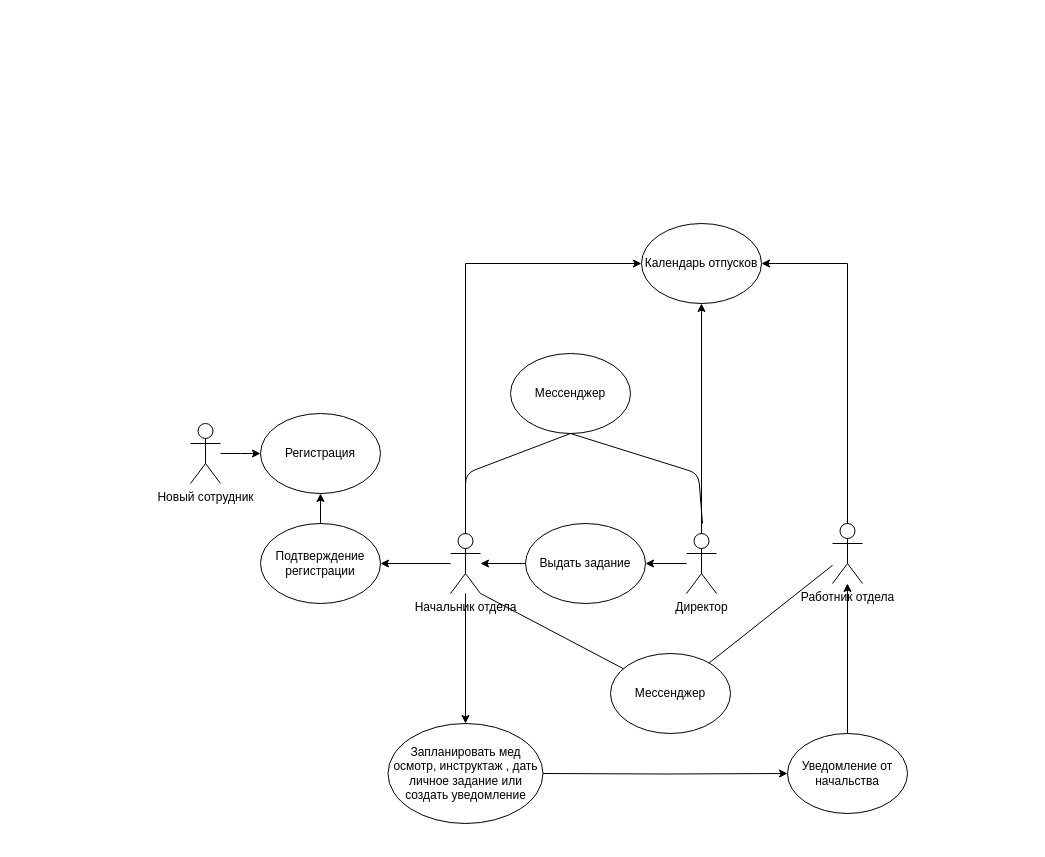
Before: CaseDiagram.drawio in grigigo/Tankists, a draw.io diagram. Source tidied: cells renumbered, new cells numbered last; positions are measured from the earlier drawing's top-left corner, leaving out a move shared by most shapes. Both pictures are drawn from the tidied source at 100%, with x=0, y=0 at pixel (190, 223).
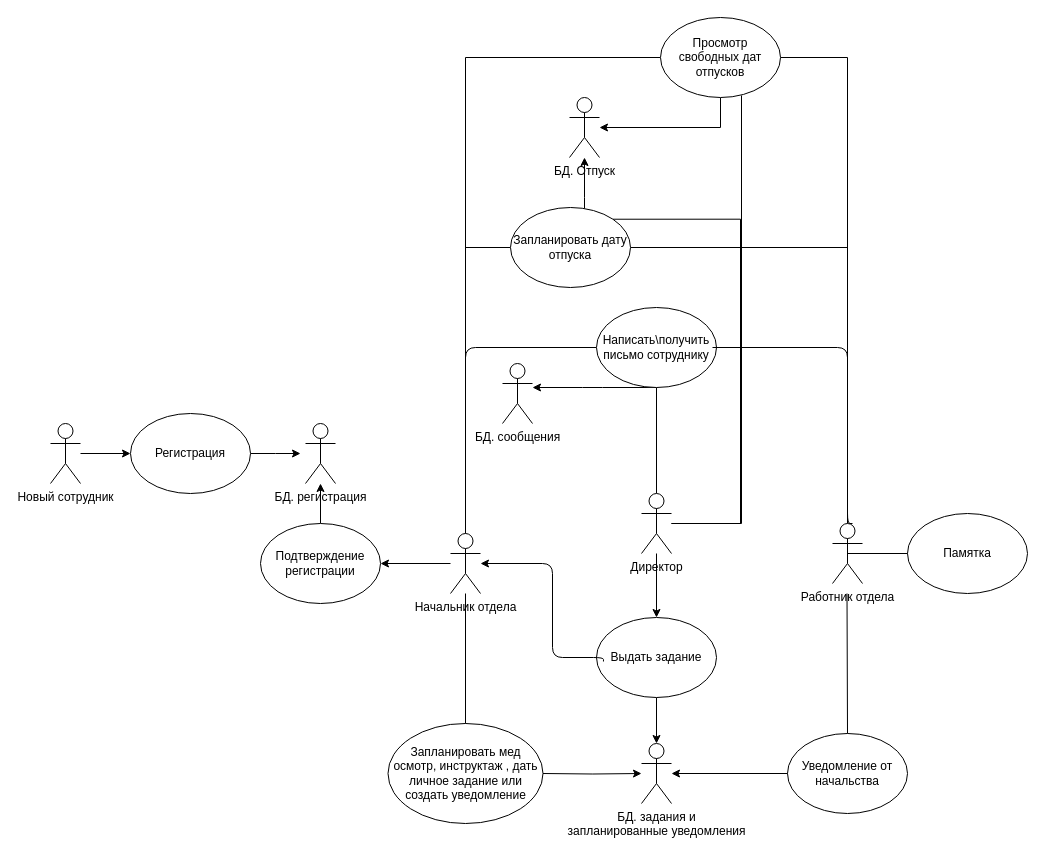
Above is the later version.

Unchanged cells that the change refers to:
```xml
<mxCell id="8" value="Начальник отдела" style="shape=umlActor;verticalLabelPosition=bottom;verticalAlign=top;html=1;outlineConnect=0;" parent="1" vertex="1">
  <mxGeometry x="260" y="310" width="30" height="60" as="geometry" />
</mxCell>
<mxCell id="13" value="Подтверждение регистрации" style="ellipse;whiteSpace=wrap;html=1;" parent="1" vertex="1">
  <mxGeometry x="70" y="300" width="120" height="80" as="geometry" />
</mxCell>
<mxCell id="18" value="Запланировать мед осмотр, инструктаж , дать личное задание или создать уведомление" style="ellipse;whiteSpace=wrap;html=1;" parent="1" vertex="1">
  <mxGeometry x="197.5" y="500" width="155" height="100" as="geometry" />
</mxCell>
<mxCell id="20" value="Уведомление от начальства" style="ellipse;whiteSpace=wrap;html=1;" parent="1" vertex="1">
  <mxGeometry x="597" y="510" width="120" height="80" as="geometry" />
</mxCell>
<mxCell id="22" value="Работник отдела" style="shape=umlActor;verticalLabelPosition=bottom;verticalAlign=top;html=1;outlineConnect=0;" parent="1" vertex="1">
  <mxGeometry x="642" y="300" width="30" height="60" as="geometry" />
</mxCell>
```

What changed in the source:
```diff
@@
-    <mxCell id="2" style="edgeStyle=orthogonalEdgeStyle;rounded=0;jettySize=auto;html=1;entryX=0.5;entryY=1;entryDx=0;entryDy=0;" parent="1" edge="1" source="4">
-      <mxGeometry relative="1" as="geometry">
-        <mxPoint x="511" y="80" as="targetPoint" />
-      </mxGeometry>
-    </mxCell>
-    <mxCell id="3" style="edgeStyle=orthogonalEdgeStyle;rounded=0;jettySize=auto;html=1;" parent="1" edge="1" source="4" target="25">
+    <mxCell id="3" style="edgeStyle=orthogonalEdgeStyle;rounded=1;jettySize=auto;html=1;entryX=0.5;entryY=0;entryDx=0;entryDy=0;strokeColor=#000000;" parent="1" edge="1" source="4" target="25">
       <mxGeometry relative="1" as="geometry" />
     </mxCell>
+    <mxCell id="29" style="edgeStyle=orthogonalEdgeStyle;jettySize=auto;html=1;entryX=0.5;entryY=1;entryDx=0;entryDy=0;strokeColor=#000000;rounded=0;endArrow=none;endFill=0;" parent="1" edge="1" source="4" target="44">
+      <mxGeometry relative="1" as="geometry" />
+    </mxCell>
+    <mxCell id="30" style="edgeStyle=orthogonalEdgeStyle;rounded=0;jettySize=auto;html=1;entryX=0.675;entryY=0.975;entryDx=0;entryDy=0;entryPerimeter=0;endArrow=none;endFill=0;strokeColor=#000000;" parent="1" edge="1" source="4" target="46">
+      <mxGeometry relative="1" as="geometry">
+        <Array as="points">
+          <mxPoint x="551" y="300" />
+        </Array>
+      </mxGeometry>
+    </mxCell>
+    <mxCell id="31" style="edgeStyle=orthogonalEdgeStyle;rounded=0;jettySize=auto;html=1;entryX=1;entryY=0;entryDx=0;entryDy=0;endArrow=none;endFill=0;strokeColor=#000000;" parent="1" edge="1" source="4" target="50">
+      <mxGeometry relative="1" as="geometry">
+        <Array as="points">
+          <mxPoint x="550" y="300" />
+          <mxPoint x="550" y="-4" />
+        </Array>
+      </mxGeometry>
+    </mxCell>
     <mxCell id="4" value="Директор" style="shape=umlActor;verticalLabelPosition=bottom;verticalAlign=top;html=1;outlineConnect=0;" parent="1" vertex="1">
-      <mxGeometry x="496" y="310" width="30" height="60" as="geometry" />
+      <mxGeometry x="451" y="270" width="30" height="60" as="geometry" />
     </mxCell>
@@
-    <mxCell id="6" style="edgeStyle=orthogonalEdgeStyle;rounded=0;jettySize=auto;html=1;entryX=0;entryY=0.5;entryDx=0;entryDy=0;" parent="1" edge="1" source="8" target="16">
-      <mxGeometry relative="1" as="geometry">
-        <Array as="points">
-          <mxPoint x="275" y="40" />
-        </Array>
-      </mxGeometry>
-    </mxCell>
-    <mxCell id="7" style="edgeStyle=orthogonalEdgeStyle;rounded=0;jettySize=auto;html=1;" parent="1" edge="1" source="8" target="18">
-      <mxGeometry relative="1" as="geometry" />
-    </mxCell>
+    <mxCell id="32" style="edgeStyle=orthogonalEdgeStyle;rounded=1;jettySize=auto;html=1;strokeColor=#000000;entryX=0;entryY=0.5;entryDx=0;entryDy=0;endArrow=none;endFill=0;" parent="1" edge="1" source="8" target="44">
+      <mxGeometry relative="1" as="geometry">
+        <Array as="points">
+          <mxPoint x="275" y="124" />
+        </Array>
+      </mxGeometry>
+    </mxCell>
+    <mxCell id="33" style="edgeStyle=orthogonalEdgeStyle;rounded=0;jettySize=auto;html=1;entryX=0;entryY=0.5;entryDx=0;entryDy=0;endArrow=none;endFill=0;strokeColor=#000000;" parent="1" edge="1" source="8" target="50">
+      <mxGeometry relative="1" as="geometry">
+        <Array as="points">
+          <mxPoint x="275" y="24" />
+        </Array>
+      </mxGeometry>
+    </mxCell>
+    <mxCell id="34" style="edgeStyle=orthogonalEdgeStyle;rounded=0;jettySize=auto;html=1;entryX=0;entryY=0.5;entryDx=0;entryDy=0;endArrow=none;endFill=0;strokeColor=#000000;" parent="1" edge="1" source="8" target="46">
+      <mxGeometry relative="1" as="geometry">
+        <Array as="points">
+          <mxPoint x="275" y="-166" />
+        </Array>
+      </mxGeometry>
+    </mxCell>
@@
-    <mxCell id="9" style="edgeStyle=orthogonalEdgeStyle;rounded=0;jettySize=auto;html=1;" parent="1" edge="1" source="10">
-      <mxGeometry relative="1" as="geometry">
-        <mxPoint x="70" y="230" as="targetPoint" />
-      </mxGeometry>
+    <mxCell id="9" style="edgeStyle=orthogonalEdgeStyle;rounded=0;jettySize=auto;html=1;entryX=0;entryY=0.5;entryDx=0;entryDy=0;" parent="1" edge="1" source="10" target="11">
+      <mxGeometry relative="1" as="geometry" />
     </mxCell>
     <mxCell id="10" value="Новый сотрудник" style="shape=umlActor;verticalLabelPosition=bottom;verticalAlign=top;html=1;outlineConnect=0;" parent="1" vertex="1">
-      <mxGeometry y="200" width="30" height="60" as="geometry" />
+      <mxGeometry x="-140" y="200" width="30" height="60" as="geometry" />
     </mxCell>
+    <mxCell id="35" style="edgeStyle=orthogonalEdgeStyle;rounded=0;jettySize=auto;html=1;" parent="1" edge="1" source="11">
+      <mxGeometry relative="1" as="geometry">
+        <mxPoint x="110" y="230" as="targetPoint" />
+      </mxGeometry>
+    </mxCell>
     <mxCell id="11" value="Регистрация" style="ellipse;whiteSpace=wrap;html=1;" parent="1" vertex="1">
-      <mxGeometry x="70" y="190" width="120" height="80" as="geometry" />
+      <mxGeometry x="-60" y="190" width="120" height="80" as="geometry" />
     </mxCell>
-    <mxCell id="12" style="edgeStyle=orthogonalEdgeStyle;rounded=0;jettySize=auto;html=1;" parent="1" edge="1" source="13" target="11">
+    <mxCell id="12" style="edgeStyle=orthogonalEdgeStyle;rounded=0;jettySize=auto;html=1;" parent="1" edge="1" source="13" target="39">
       <mxGeometry relative="1" as="geometry" />
     </mxCell>
@@
-    <mxCell id="14" value="Мессенджер" style="ellipse;whiteSpace=wrap;html=1;" parent="1" vertex="1">
-      <mxGeometry x="320" y="130" width="120" height="80" as="geometry" />
-    </mxCell>
-    <mxCell id="15" style="endArrow=none;html=1;entryX=0.5;entryY=1;entryDx=0;entryDy=0;" parent="1" edge="1" target="14">
-      <mxGeometry relative="1" as="geometry">
-        <mxPoint x="275" y="310" as="sourcePoint" />
-        <Array as="points">
-          <mxPoint x="275" y="250" />
-        </Array>
-      </mxGeometry>
-    </mxCell>
-    <mxCell id="16" value="Календарь отпусков" style="ellipse;whiteSpace=wrap;html=1;" parent="1" vertex="1">
-      <mxGeometry x="451" width="120" height="80" as="geometry" />
-    </mxCell>
-    <mxCell id="17" style="edgeStyle=orthogonalEdgeStyle;rounded=0;jettySize=auto;html=1;exitX=1;exitY=0.5;exitDx=0;exitDy=0;" parent="1" edge="1" target="20">
+    <mxCell id="17" style="edgeStyle=orthogonalEdgeStyle;rounded=0;jettySize=auto;html=1;exitX=1;exitY=0.5;exitDx=0;exitDy=0;" parent="1" edge="1" target="41">
       <mxGeometry relative="1" as="geometry">
         <mxPoint x="352.5" y="550" as="sourcePoint" />
       </mxGeometry>
     </mxCell>
@@
-    <mxCell id="19" style="edgeStyle=orthogonalEdgeStyle;rounded=0;jettySize=auto;html=1;" parent="1" edge="1" source="20" target="22">
-      <mxGeometry relative="1" as="geometry" />
-    </mxCell>
@@
-    <mxCell id="21" style="edgeStyle=orthogonalEdgeStyle;rounded=0;jettySize=auto;html=1;entryX=1;entryY=0.5;entryDx=0;entryDy=0;" parent="1" edge="1" source="22">
-      <mxGeometry relative="1" as="geometry">
-        <mxPoint x="571" y="40" as="targetPoint" />
-        <Array as="points">
-          <mxPoint x="657" y="40" />
-        </Array>
-      </mxGeometry>
-    </mxCell>
+    <mxCell id="36" style="edgeStyle=orthogonalEdgeStyle;rounded=0;jettySize=auto;html=1;entryX=1;entryY=0.5;entryDx=0;entryDy=0;endArrow=none;endFill=0;strokeColor=#000000;" parent="1" edge="1" source="22" target="46">
+      <mxGeometry relative="1" as="geometry">
+        <Array as="points">
+          <mxPoint x="657" y="-166" />
+        </Array>
+      </mxGeometry>
+    </mxCell>
+    <mxCell id="37" style="edgeStyle=orthogonalEdgeStyle;rounded=0;jettySize=auto;html=1;entryX=1;entryY=0.5;entryDx=0;entryDy=0;endArrow=none;endFill=0;strokeColor=#000000;" parent="1" edge="1" source="22" target="50">
+      <mxGeometry relative="1" as="geometry">
+        <Array as="points">
+          <mxPoint x="657" y="24" />
+        </Array>
+      </mxGeometry>
+    </mxCell>
@@
-    <mxCell id="23" style="endArrow=none;html=1;entryX=0.5;entryY=1;entryDx=0;entryDy=0;" parent="1" edge="1" target="14">
-      <mxGeometry relative="1" as="geometry">
-        <mxPoint x="512" y="300" as="sourcePoint" />
-        <Array as="points">
-          <mxPoint x="508" y="250" />
-        </Array>
-      </mxGeometry>
-    </mxCell>
+    <mxCell id="38" style="edgeStyle=orthogonalEdgeStyle;rounded=1;jettySize=auto;html=1;entryX=0.5;entryY=0;entryDx=0;entryDy=0;entryPerimeter=0;strokeColor=#000000;" parent="1" edge="1" source="25" target="41">
+      <mxGeometry relative="1" as="geometry" />
+    </mxCell>
+    <mxCell id="25" value="Выдать задание" style="ellipse;whiteSpace=wrap;html=1;" parent="1" vertex="1">
+      <mxGeometry x="406" y="394" width="120" height="80" as="geometry" />
+    </mxCell>
+    <mxCell id="39" value="БД. регистрация" style="shape=umlActor;verticalLabelPosition=bottom;verticalAlign=top;html=1;outlineConnect=0;" parent="1" vertex="1">
+      <mxGeometry x="115" y="200" width="30" height="60" as="geometry" />
+    </mxCell>
+    <mxCell id="40" style="edgeStyle=orthogonalEdgeStyle;rounded=0;jettySize=auto;html=1;exitX=0;exitY=0.5;exitDx=0;exitDy=0;" parent="1" edge="1" source="20" target="41">
+      <mxGeometry relative="1" as="geometry" />
+    </mxCell>
-    <mxCell id="24" style="edgeStyle=orthogonalEdgeStyle;rounded=0;jettySize=auto;html=1;" parent="1" edge="1" source="25" target="8">
-      <mxGeometry relative="1" as="geometry" />
+    <mxCell id="24" style="edgeStyle=orthogonalEdgeStyle;rounded=1;jettySize=auto;html=1;strokeColor=#000000;exitX=0.058;exitY=0.55;exitDx=0;exitDy=0;exitPerimeter=0;" parent="1" edge="1" source="25" target="8">
+      <mxGeometry relative="1" as="geometry">
+        <Array as="points">
+          <mxPoint x="362" y="434" />
+          <mxPoint x="362" y="340" />
+        </Array>
+      </mxGeometry>
     </mxCell>
-    <mxCell id="25" value="Выдать задание" style="ellipse;whiteSpace=wrap;html=1;" parent="1" vertex="1">
-      <mxGeometry x="335" y="300" width="120" height="80" as="geometry" />
-    </mxCell>
-    <mxCell id="26" value="Мессенджер" style="ellipse;whiteSpace=wrap;html=1;" parent="1" vertex="1">
-      <mxGeometry x="420" y="430" width="120" height="80" as="geometry" />
-    </mxCell>
-    <mxCell id="27" style="endArrow=none;html=1;" parent="1" edge="1" source="26" target="22">
-      <mxGeometry relative="1" as="geometry" />
-    </mxCell>
-    <mxCell id="28" style="endArrow=none;html=1;exitX=1;exitY=1;exitDx=0;exitDy=0;exitPerimeter=0;" parent="1" edge="1" source="8" target="26">
-      <mxGeometry relative="1" as="geometry" />
-    </mxCell>
+    <mxCell id="41" value="БД. задания и &lt;br&gt;запланированные уведомления" style="shape=umlActor;verticalLabelPosition=bottom;verticalAlign=top;html=1;outlineConnect=0;" parent="1" vertex="1">
+      <mxGeometry x="451" y="520" width="30" height="60" as="geometry" />
+    </mxCell>
+    <mxCell id="7" style="endArrow=none;html=1;strokeColor=#000000;entryX=0.5;entryY=0;entryDx=0;entryDy=0;" parent="1" edge="1" source="8" target="18">
+      <mxGeometry relative="1" as="geometry" />
+    </mxCell>
+    <mxCell id="42" style="endArrow=none;html=1;strokeColor=#000000;entryX=0.5;entryY=0;entryDx=0;entryDy=0;" parent="1" edge="1" target="20">
+      <mxGeometry relative="1" as="geometry">
+        <mxPoint x="656.5" y="370" as="sourcePoint" />
+      </mxGeometry>
+    </mxCell>
+    <mxCell id="43" style="edgeStyle=orthogonalEdgeStyle;rounded=1;jettySize=auto;html=1;strokeColor=#000000;" parent="1" edge="1" source="44" target="48">
+      <mxGeometry relative="1" as="geometry">
+        <Array as="points">
+          <mxPoint x="402" y="164" />
+          <mxPoint x="402" y="164" />
+        </Array>
+      </mxGeometry>
+    </mxCell>
+    <mxCell id="44" value="Написать\получить письмо сотруднику" style="ellipse;whiteSpace=wrap;html=1;" parent="1" vertex="1">
+      <mxGeometry x="406" y="84" width="120" height="80" as="geometry" />
+    </mxCell>
+    <mxCell id="45" style="edgeStyle=orthogonalEdgeStyle;rounded=0;jettySize=auto;html=1;endArrow=classic;endFill=1;strokeColor=#000000;" parent="1" edge="1" source="46" target="53">
+      <mxGeometry relative="1" as="geometry">
+        <Array as="points">
+          <mxPoint x="530" y="-96" />
+        </Array>
+      </mxGeometry>
+    </mxCell>
+    <mxCell id="46" value="Просмотр свободных дат отпусков" style="ellipse;whiteSpace=wrap;html=1;" parent="1" vertex="1">
+      <mxGeometry x="470" y="-206" width="120" height="80" as="geometry" />
+    </mxCell>
+    <mxCell id="47" style="edgeStyle=orthogonalEdgeStyle;rounded=1;jettySize=auto;html=1;strokeColor=#000000;endArrow=none;endFill=0;exitX=0.667;exitY=0;exitDx=0;exitDy=0;exitPerimeter=0;" parent="1" edge="1" source="22">
+      <mxGeometry relative="1" as="geometry">
+        <mxPoint x="522" y="124" as="targetPoint" />
+        <Array as="points">
+          <mxPoint x="657" y="300" />
+          <mxPoint x="657" y="124" />
+        </Array>
+      </mxGeometry>
+    </mxCell>
+    <mxCell id="48" value="БД. сообщения" style="shape=umlActor;verticalLabelPosition=bottom;verticalAlign=top;html=1;outlineConnect=0;" parent="1" vertex="1">
+      <mxGeometry x="312" y="140" width="30" height="60" as="geometry" />
+    </mxCell>
+    <mxCell id="49" style="edgeStyle=orthogonalEdgeStyle;rounded=0;jettySize=auto;html=1;endArrow=classic;endFill=1;strokeColor=#000000;" parent="1" edge="1" source="50" target="53">
+      <mxGeometry relative="1" as="geometry">
+        <Array as="points">
+          <mxPoint x="394" y="-26" />
+          <mxPoint x="394" y="-26" />
+        </Array>
+      </mxGeometry>
+    </mxCell>
+    <mxCell id="50" value="Запланировать дату отпуска" style="ellipse;whiteSpace=wrap;html=1;" parent="1" vertex="1">
+      <mxGeometry x="320" y="-16" width="120" height="80" as="geometry" />
+    </mxCell>
+    <mxCell id="51" value="Памятка" style="ellipse;whiteSpace=wrap;html=1;" parent="1" vertex="1">
+      <mxGeometry x="717" y="290" width="120" height="80" as="geometry" />
+    </mxCell>
+    <mxCell id="52" style="endArrow=none;html=1;strokeColor=#000000;entryX=0;entryY=0.5;entryDx=0;entryDy=0;exitX=0.5;exitY=0.5;exitDx=0;exitDy=0;exitPerimeter=0;" parent="1" edge="1" source="22" target="51">
+      <mxGeometry relative="1" as="geometry" />
+    </mxCell>
+    <mxCell id="53" value="БД. Отпуск" style="shape=umlActor;verticalLabelPosition=bottom;verticalAlign=top;html=1;outlineConnect=0;" parent="1" vertex="1">
+      <mxGeometry x="379" y="-126" width="30" height="60" as="geometry" />
+    </mxCell>
```
